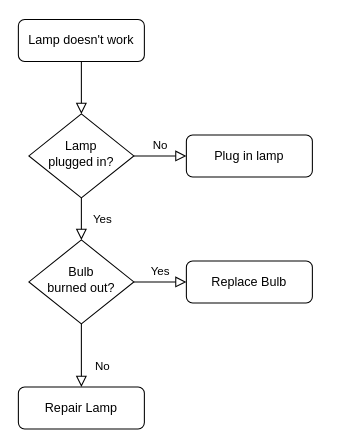
Earlier version of the draw.io diagram Revelation-Diary/Source/FlowChart/login.drawio (Revelation-22/Revelation-Diary). Source tidied: cells renumbered, new cells numbered last; positions are measured from the earlier drawing's top-left corner, leaving out a move shared by most shapes. Both pictures are drawn from the tidied source at 105%, with x=0, y=0 at pixel (18, 19).
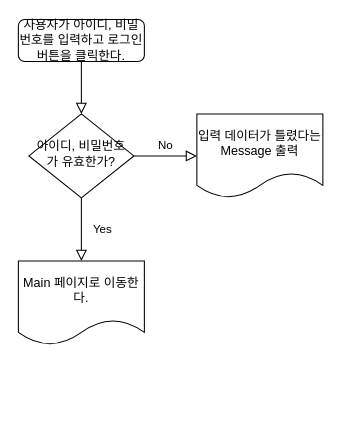
Above is the later version.

What changed in the source:
```diff
@@
 <mxGraphModel>
   <root>
     <mxCell id="0" />
     <mxCell id="1" parent="0" />
     <mxCell id="2" style="rounded=0;html=1;jettySize=auto;fontSize=11;endArrow=block;endFill=0;endSize=8;strokeWidth=1;shadow=0;labelBackgroundColor=none;edgeStyle=orthogonalEdgeStyle;" parent="1" edge="1" source="3" target="6">
       <mxGeometry relative="1" as="geometry" />
     </mxCell>
-    <mxCell id="3" value="Lamp doesn't work" style="rounded=1;whiteSpace=wrap;html=1;fontSize=12;glass=0;strokeWidth=1;shadow=0;" parent="1" vertex="1">
+    <mxCell id="3" value="사용자가 아이디, 비밀번호를 입력하고 로그인 버튼을 클릭한다." style="rounded=1;whiteSpace=wrap;html=1;fontSize=12;glass=0;strokeWidth=1;shadow=0;" parent="1" vertex="1">
       <mxGeometry width="120" height="40" as="geometry" />
     </mxCell>
-    <mxCell id="4" value="Yes" style="rounded=0;html=1;jettySize=auto;fontSize=11;endArrow=block;endFill=0;endSize=8;strokeWidth=1;shadow=0;labelBackgroundColor=none;edgeStyle=orthogonalEdgeStyle;" parent="1" edge="1" source="6" target="10">
+    <mxCell id="4" value="Yes" style="rounded=0;html=1;jettySize=auto;fontSize=11;endArrow=block;endFill=0;endSize=8;strokeWidth=1;shadow=0;labelBackgroundColor=none;edgeStyle=orthogonalEdgeStyle;" parent="1" edge="1" source="6" target="13">
       <mxGeometry y="20" relative="1" as="geometry" />
     </mxCell>
-    <mxCell id="5" value="No" style="edgeStyle=orthogonalEdgeStyle;rounded=0;html=1;jettySize=auto;fontSize=11;endArrow=block;endFill=0;endSize=8;strokeWidth=1;shadow=0;labelBackgroundColor=none;" parent="1" edge="1" source="6" target="7">
+    <mxCell id="5" value="No" style="edgeStyle=orthogonalEdgeStyle;rounded=0;html=1;jettySize=auto;fontSize=11;endArrow=block;endFill=0;endSize=8;strokeWidth=1;shadow=0;labelBackgroundColor=none;" parent="1" edge="1" source="6" target="14">
       <mxGeometry y="10" relative="1" as="geometry" />
     </mxCell>
-    <mxCell id="6" value="Lamp&lt;br&gt;plugged in?" style="rhombus;whiteSpace=wrap;html=1;shadow=0;fontFamily=Helvetica;fontSize=12;align=center;strokeWidth=1;spacing=6;spacingTop=-4;" parent="1" vertex="1">
+    <mxCell id="6" value="아이디, 비밀번호가 유효한가?" style="rhombus;whiteSpace=wrap;html=1;shadow=0;fontFamily=Helvetica;fontSize=12;align=center;strokeWidth=1;spacing=6;spacingTop=-4;" parent="1" vertex="1">
       <mxGeometry x="10" y="90" width="100" height="80" as="geometry" />
     </mxCell>
-    <mxCell id="7" value="Plug in lamp" style="rounded=1;whiteSpace=wrap;html=1;fontSize=12;glass=0;strokeWidth=1;shadow=0;" parent="1" vertex="1">
-      <mxGeometry x="160" y="110" width="120" height="40" as="geometry" />
-    </mxCell>
-    <mxCell id="8" value="No" style="rounded=0;html=1;jettySize=auto;fontSize=11;endArrow=block;endFill=0;endSize=8;strokeWidth=1;shadow=0;labelBackgroundColor=none;edgeStyle=orthogonalEdgeStyle;" parent="1" edge="1" source="10" target="11">
-      <mxGeometry x="0.33" y="20" relative="1" as="geometry" />
-    </mxCell>
-    <mxCell id="9" value="Yes" style="edgeStyle=orthogonalEdgeStyle;rounded=0;html=1;jettySize=auto;fontSize=11;endArrow=block;endFill=0;endSize=8;strokeWidth=1;shadow=0;labelBackgroundColor=none;" parent="1" edge="1" source="10" target="12">
-      <mxGeometry y="10" relative="1" as="geometry" />
-    </mxCell>
-    <mxCell id="10" value="Bulb&lt;br&gt;burned out?" style="rhombus;whiteSpace=wrap;html=1;shadow=0;fontFamily=Helvetica;fontSize=12;align=center;strokeWidth=1;spacing=6;spacingTop=-4;" parent="1" vertex="1">
-      <mxGeometry x="10" y="210" width="100" height="80" as="geometry" />
-    </mxCell>
-    <mxCell id="11" value="Repair Lamp" style="rounded=1;whiteSpace=wrap;html=1;fontSize=12;glass=0;strokeWidth=1;shadow=0;" parent="1" vertex="1">
-      <mxGeometry y="350" width="120" height="40" as="geometry" />
-    </mxCell>
-    <mxCell id="12" value="Replace Bulb" style="rounded=1;whiteSpace=wrap;html=1;fontSize=12;glass=0;strokeWidth=1;shadow=0;" parent="1" vertex="1">
-      <mxGeometry x="160" y="230" width="120" height="40" as="geometry" />
-    </mxCell>
+    <mxCell id="13" value="Main 페이지로 이동한다." style="shape=document;whiteSpace=wrap;html=1;boundedLbl=1;" parent="1" vertex="1">
+      <mxGeometry y="230" width="120" height="80" as="geometry" />
+    </mxCell>
+    <mxCell id="14" value="&lt;p data-pm-slice=&quot;1 1 [&amp;quot;bulletList&amp;quot;,null,&amp;quot;listItem&amp;quot;,null,&amp;quot;bulletList&amp;quot;,null,&amp;quot;listItem&amp;quot;,null,&amp;quot;bulletList&amp;quot;,null,&amp;quot;listItem&amp;quot;,null,&amp;quot;bulletList&amp;quot;,null,&amp;quot;listItem&amp;quot;,null]&quot;&gt;입력 데이터가 틀렸다는Message 출력&lt;/p&gt;" style="shape=document;whiteSpace=wrap;html=1;boundedLbl=1;" parent="1" vertex="1">
+      <mxGeometry x="170" y="90" width="120" height="80" as="geometry" />
+    </mxCell>
   </root>
 </mxGraphModel>
```
